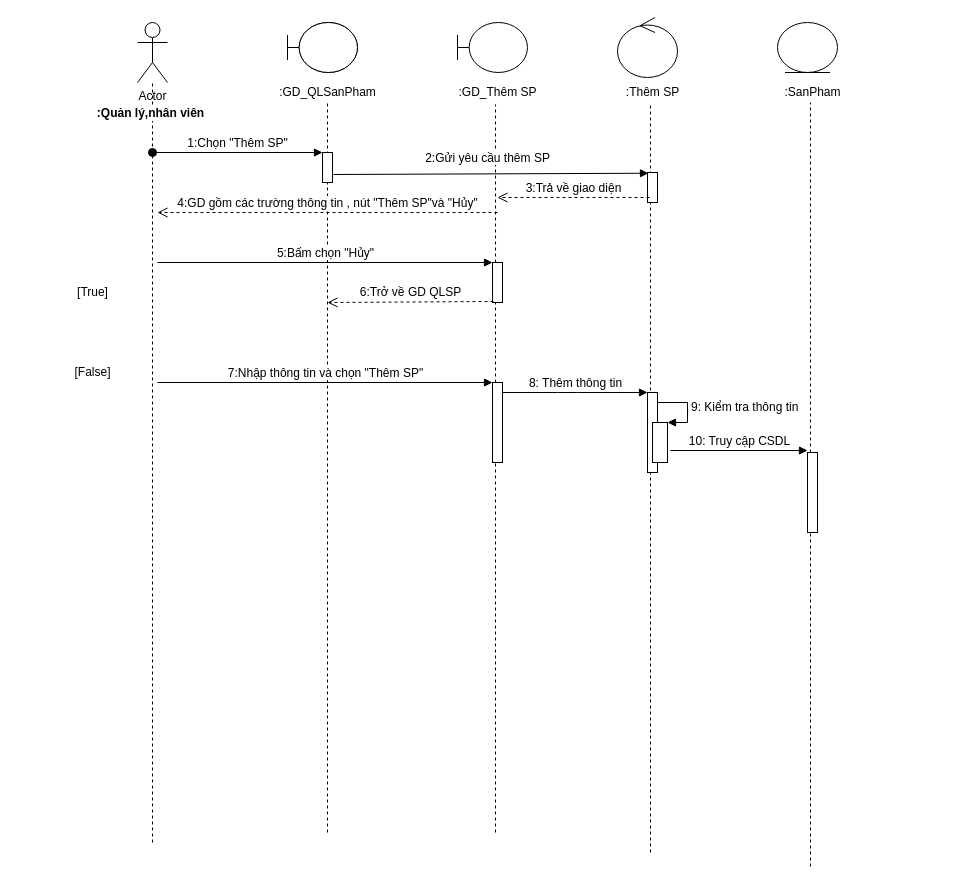
Before: page "Page-1" (1 of 5) of Untitled Diagram.drawio in ngocminh63/CSE485_1851161472_LeThiNgocMinh, a draw.io diagram. Source tidied: cells renumbered, new cells numbered last; positions are measured from the earlier drawing's top-left corner, leaving out a move shared by most shapes. Both pictures are drawn from the tidied source at 100%, with x=0, y=0 at pixel (67, 17).
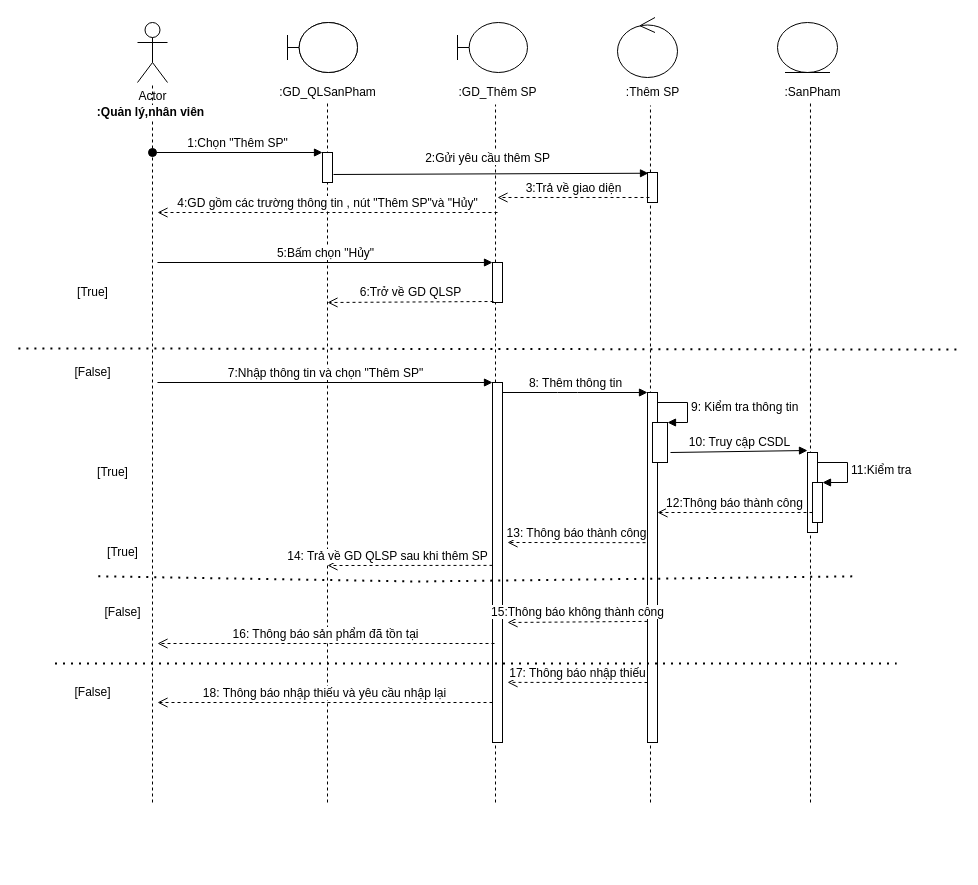
Above is the later version.

The change refers to these unchanged cells:
```xml
<mxCell id="2" value="Actor" style="shape=umlActor;verticalLabelPosition=bottom;verticalAlign=top;html=1;outlineConnect=0;" parent="1" vertex="1">
  <mxGeometry x="70" y="5" width="30" height="60" as="geometry" />
</mxCell>
<mxCell id="6" value=":GD_QLSanPham" style="text;html=1;align=center;verticalAlign=middle;points=[];strokeColor=none;fontSize=12;" parent="1" vertex="1">
  <mxGeometry x="205" y="65" width="110" height="20" as="geometry" />
</mxCell>
<mxCell id="9" value=":GD_Thêm SP&lt;br&gt;" style="text;html=1;align=center;verticalAlign=middle;points=[];strokeColor=none;fontSize=12;" parent="1" vertex="1">
  <mxGeometry x="385" y="65" width="90" height="20" as="geometry" />
</mxCell>
<mxCell id="12" value=":Thêm SP&lt;br&gt;" style="text;html=1;align=center;verticalAlign=middle;points=[];strokeColor=none;fontSize=12;" parent="1" vertex="1">
  <mxGeometry x="550" y="65" width="70" height="20" as="geometry" />
</mxCell>
<mxCell id="13" value=":SanPham" style="text;html=1;align=center;verticalAlign=middle;points=[];strokeColor=none;fontSize=12;" parent="1" vertex="1">
  <mxGeometry x="710" y="65" width="70" height="20" as="geometry" />
</mxCell>
<mxCell id="33" style="html=1;points=[];perimeter=orthogonalPerimeter;fontSize=12;" parent="1" vertex="1">
  <mxGeometry x="585" y="405" width="15" height="40" as="geometry" />
</mxCell>
```

What changed in the source:
```diff
@@
     <mxCell id="3" style="endArrow=none;dashed=1;html=1;" parent="1" edge="1" target="2">
       <mxGeometry relative="1" as="geometry">
-        <mxPoint x="85" y="825" as="sourcePoint" />
+        <mxPoint x="85" y="785" as="sourcePoint" />
       </mxGeometry>
     </mxCell>
@@
     <mxCell id="14" style="endArrow=none;dashed=1;html=1;fontSize=12;" parent="1" edge="1" target="6">
       <mxGeometry relative="1" as="geometry">
-        <mxPoint x="260" y="815" as="sourcePoint" />
+        <mxPoint x="260" y="785" as="sourcePoint" />
       </mxGeometry>
     </mxCell>
     <mxCell id="15" style="endArrow=none;dashed=1;html=1;fontSize=12;entryX=0.478;entryY=1.1;entryDx=0;entryDy=0;entryPerimeter=0;" parent="1" edge="1" target="9">
       <mxGeometry relative="1" as="geometry">
-        <mxPoint x="428" y="815" as="sourcePoint" />
+        <mxPoint x="428" y="785" as="sourcePoint" />
       </mxGeometry>
     </mxCell>
     <mxCell id="16" style="endArrow=none;dashed=1;html=1;fontSize=12;entryX=0.471;entryY=1.15;entryDx=0;entryDy=0;entryPerimeter=0;" parent="1" edge="1" target="12">
       <mxGeometry relative="1" as="geometry">
-        <mxPoint x="583" y="835" as="sourcePoint" />
+        <mxPoint x="583" y="785" as="sourcePoint" />
       </mxGeometry>
     </mxCell>
     <mxCell id="17" style="endArrow=none;dashed=1;html=1;fontSize=12;entryX=0.471;entryY=1;entryDx=0;entryDy=0;entryPerimeter=0;" parent="1" edge="1" target="13">
       <mxGeometry relative="1" as="geometry">
-        <mxPoint x="743" y="849" as="sourcePoint" />
+        <mxPoint x="743" y="785" as="sourcePoint" />
       </mxGeometry>
     </mxCell>
@@
     <mxCell id="30" style="html=1;points=[];perimeter=orthogonalPerimeter;fontSize=12;" parent="1" vertex="1">
-      <mxGeometry x="425" y="365" width="10" height="80" as="geometry" />
+      <mxGeometry x="425" y="365" width="10" height="360" as="geometry" />
     </mxCell>
@@
     <mxCell id="32" style="html=1;points=[];perimeter=orthogonalPerimeter;fontSize=12;" parent="1" vertex="1">
-      <mxGeometry x="580" y="375" width="10" height="80" as="geometry" />
+      <mxGeometry x="580" y="375" width="10" height="350" as="geometry" />
     </mxCell>
@@
-    <mxCell id="35" value="10: Truy cập CSDL" style="html=1;verticalAlign=bottom;endArrow=block;fontSize=12;exitX=1.2;exitY=0.7;exitDx=0;exitDy=0;exitPerimeter=0;" parent="1" edge="1" source="33">
+    <mxCell id="35" value="10: Truy cập CSDL" style="html=1;verticalAlign=bottom;endArrow=block;fontSize=12;" parent="1" edge="1">
       <mxGeometry relative="1" as="geometry">
+        <mxPoint x="603" y="435" as="sourcePoint" />
         <mxPoint x="740" y="433" as="targetPoint" />
       </mxGeometry>
     </mxCell>
@@
+    <mxCell id="37" style="html=1;points=[];perimeter=orthogonalPerimeter;fontSize=12;" parent="1" vertex="1">
+      <mxGeometry x="745" y="465" width="10" height="40" as="geometry" />
+    </mxCell>
+    <mxCell id="38" value="11:Kiểm tra" style="edgeStyle=orthogonalEdgeStyle;html=1;align=left;spacingLeft=2;endArrow=block;rounded=0;entryX=1;entryY=0;fontSize=12;" parent="1" edge="1" target="37">
+      <mxGeometry relative="1" as="geometry">
+        <mxPoint x="750" y="445" as="sourcePoint" />
+        <Array as="points">
+          <mxPoint x="780" y="445" />
+        </Array>
+      </mxGeometry>
+    </mxCell>
+    <mxCell id="39" value="12:Thông báo thành công" style="html=1;verticalAlign=bottom;endArrow=open;dashed=1;endSize=8;fontSize=12;exitX=0;exitY=0.75;exitDx=0;exitDy=0;exitPerimeter=0;" parent="1" edge="1" source="37">
+      <mxGeometry relative="1" as="geometry">
+        <mxPoint x="590" y="495" as="targetPoint" />
+      </mxGeometry>
+    </mxCell>
+    <mxCell id="40" value="13: Thông báo thành công" style="html=1;verticalAlign=bottom;endArrow=open;dashed=1;endSize=8;fontSize=12;exitX=-0.2;exitY=0.429;exitDx=0;exitDy=0;exitPerimeter=0;" parent="1" edge="1" source="32">
+      <mxGeometry relative="1" as="geometry">
+        <mxPoint x="440" y="525" as="targetPoint" />
+      </mxGeometry>
+    </mxCell>
+    <mxCell id="41" value="14: Trả về GD QLSP sau khi thêm SP" style="html=1;verticalAlign=bottom;endArrow=open;dashed=1;endSize=8;fontSize=12;exitX=0;exitY=0.508;exitDx=0;exitDy=0;exitPerimeter=0;" parent="1" edge="1" source="30">
+      <mxGeometry x="0.27" relative="1" as="geometry">
+        <mxPoint x="260" y="548" as="targetPoint" />
+      </mxGeometry>
+    </mxCell>
+    <mxCell id="42" value="15:Thông báo không thành công" style="html=1;verticalAlign=bottom;endArrow=open;dashed=1;endSize=8;fontSize=12;exitX=0;exitY=0.654;exitDx=0;exitDy=0;exitPerimeter=0;" parent="1" edge="1" source="32">
+      <mxGeometry relative="1" as="geometry">
+        <mxPoint x="440" y="605" as="targetPoint" />
+      </mxGeometry>
+    </mxCell>
+    <mxCell id="43" value="16: Thông báo sản phẩm đã tồn tại" style="html=1;verticalAlign=bottom;endArrow=open;dashed=1;endSize=8;fontSize=12;exitX=0.2;exitY=0.725;exitDx=0;exitDy=0;exitPerimeter=0;" parent="1" edge="1" source="30">
+      <mxGeometry relative="1" as="geometry">
+        <mxPoint x="90" y="626" as="targetPoint" />
+      </mxGeometry>
+    </mxCell>
+    <mxCell id="44" value="17: Thông báo nhập thiếu" style="html=1;verticalAlign=bottom;endArrow=open;dashed=1;endSize=8;fontSize=12;entryX=1.5;entryY=0.833;entryDx=0;entryDy=0;entryPerimeter=0;" parent="1" edge="1" target="30">
+      <mxGeometry relative="1" as="geometry">
+        <mxPoint x="580" y="665" as="sourcePoint" />
+      </mxGeometry>
+    </mxCell>
+    <mxCell id="45" value="18: Thông báo nhập thiếu và yêu cầu nhập lại" style="html=1;verticalAlign=bottom;endArrow=open;dashed=1;endSize=8;fontSize=12;" parent="1" edge="1">
+      <mxGeometry relative="1" as="geometry">
+        <mxPoint x="425" y="685" as="sourcePoint" />
+        <mxPoint x="90" y="685" as="targetPoint" />
+      </mxGeometry>
+    </mxCell>
+    <mxCell id="46" value="[True]" style="text;html=1;align=center;verticalAlign=middle;strokeColor=none;fontSize=12;" parent="1" vertex="1">
+      <mxGeometry x="20" y="445" width="50" height="20" as="geometry" />
+    </mxCell>
+    <mxCell id="47" value="[True]" style="text;html=1;align=center;verticalAlign=middle;strokeColor=none;fontSize=12;" parent="1" vertex="1">
+      <mxGeometry x="30" y="525" width="50" height="20" as="geometry" />
+    </mxCell>
+    <mxCell id="48" value="[False]" style="text;html=1;align=center;verticalAlign=middle;strokeColor=none;fontSize=12;" parent="1" vertex="1">
+      <mxGeometry x="30" y="585" width="50" height="20" as="geometry" />
+    </mxCell>
+    <mxCell id="49" value="[False]" style="text;html=1;align=center;verticalAlign=middle;strokeColor=none;fontSize=12;" parent="1" vertex="1">
+      <mxGeometry y="665" width="50" height="20" as="geometry" />
+    </mxCell>
+    <mxCell id="50" style="endArrow=none;dashed=1;html=1;dashPattern=1 3;strokeWidth=2;fontSize=12;exitX=0.001;exitY=0.203;exitDx=0;exitDy=0;exitPerimeter=0;entryX=1.002;entryY=0.205;entryDx=0;entryDy=0;entryPerimeter=0;" parent="1" edge="1">
+      <mxGeometry relative="1" as="geometry">
+        <mxPoint x="-49.1" y="330.9" as="sourcePoint" />
+        <mxPoint x="891.9" y="332.1" as="targetPoint" />
+      </mxGeometry>
+    </mxCell>
+    <mxCell id="51" style="endArrow=none;dashed=1;html=1;dashPattern=1 3;strokeWidth=2;fontSize=12;exitX=0.001;exitY=0.524;exitDx=0;exitDy=0;exitPerimeter=0;entryX=0.999;entryY=0.524;entryDx=0;entryDy=0;entryPerimeter=0;" parent="1" edge="1">
+      <mxGeometry relative="1" as="geometry">
+        <mxPoint x="30.8" y="558.8" as="sourcePoint" />
+        <mxPoint x="789.2" y="558.8" as="targetPoint" />
+        <Array as="points">
+          <mxPoint x="350" y="564" />
+        </Array>
+      </mxGeometry>
+    </mxCell>
+    <mxCell id="52" style="endArrow=none;dashed=1;html=1;dashPattern=1 3;strokeWidth=2;fontSize=12;exitX=-0.003;exitY=0.592;exitDx=0;exitDy=0;exitPerimeter=0;entryX=0.999;entryY=0.592;entryDx=0;entryDy=0;entryPerimeter=0;" parent="1" edge="1">
+      <mxGeometry relative="1" as="geometry">
+        <mxPoint x="-12.5" y="645.9" as="sourcePoint" />
+        <mxPoint x="829.2" y="645.9" as="targetPoint" />
+      </mxGeometry>
+    </mxCell>
```
